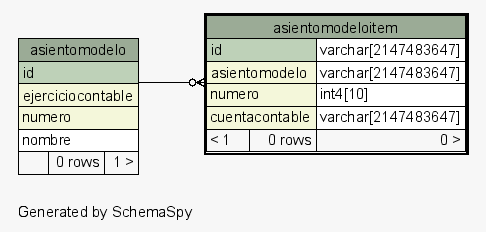
Above: postgresql/schemaSpy/salida/diagrams/asientomodeloitem.1degree.png in diegopablomansilla/massoftware_front (Graphviz), before the change. Its source is kept beside it as postgresql/schemaSpy/salida/diagrams/asientomodeloitem.1degree.dot.
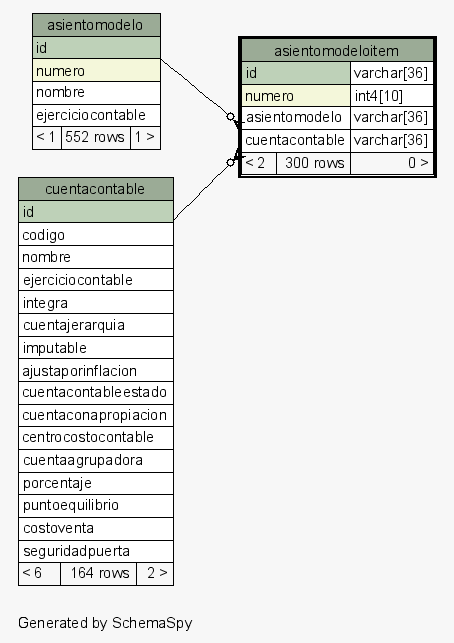
Above is the later version.

Change to the diagram source:
```diff
@@ -18,15 +18,16 @@
     arrowsize="0.8"
   ];
   "asientomodeloitem":"asientomodelo":sw -> "asientomodelo":"id":se [arrowhead=none dir=back arrowtail=crowodot];
+  "asientomodeloitem":"cuentacontable":sw -> "cuentacontable":"id":se [arrowhead=none dir=back arrowtail=crowodot];
   "asientomodelo" [
     label=<
     <TABLE BORDER="0" CELLBORDER="1" CELLSPACING="0" BGCOLOR="#ffffff">
       <TR><TD COLSPAN="3" BGCOLOR="#9bab96" ALIGN="CENTER">asientomodelo</TD></TR>
       <TR><TD PORT="id" COLSPAN="3" BGCOLOR="#bed1b8" ALIGN="LEFT">id</TD></TR>
-      <TR><TD PORT="ejerciciocontable" COLSPAN="3" BGCOLOR="#f4f7da" ALIGN="LEFT">ejerciciocontable</TD></TR>
       <TR><TD PORT="numero" COLSPAN="3" BGCOLOR="#f4f7da" ALIGN="LEFT">numero</TD></TR>
       <TR><TD PORT="nombre" COLSPAN="3" ALIGN="LEFT">nombre</TD></TR>
-      <TR><TD ALIGN="LEFT" BGCOLOR="#f7f7f7">  </TD><TD ALIGN="RIGHT" BGCOLOR="#f7f7f7">0 rows</TD><TD ALIGN="RIGHT" BGCOLOR="#f7f7f7">1 &gt;</TD></TR>
+      <TR><TD PORT="ejerciciocontable" COLSPAN="3" ALIGN="LEFT">ejerciciocontable</TD></TR>
+      <TR><TD ALIGN="LEFT" BGCOLOR="#f7f7f7">&lt; 1</TD><TD ALIGN="RIGHT" BGCOLOR="#f7f7f7">552 rows</TD><TD ALIGN="RIGHT" BGCOLOR="#f7f7f7">1 &gt;</TD></TR>
     </TABLE>>
     URL="asientomodelo.html"
     tooltip="asientomodelo"
@@ -35,13 +36,38 @@
     label=<
     <TABLE BORDER="2" CELLBORDER="1" CELLSPACING="0" BGCOLOR="#ffffff">
       <TR><TD COLSPAN="3" BGCOLOR="#9bab96" ALIGN="CENTER">asientomodeloitem</TD></TR>
-      <TR><TD PORT="id" COLSPAN="2" BGCOLOR="#bed1b8" ALIGN="LEFT">id</TD><TD PORT="id.type" ALIGN="LEFT">varchar[2147483647]</TD></TR>
-      <TR><TD PORT="asientomodelo" COLSPAN="2" BGCOLOR="#f4f7da" ALIGN="LEFT">asientomodelo</TD><TD PORT="asientomodelo.type" ALIGN="LEFT">varchar[2147483647]</TD></TR>
+      <TR><TD PORT="id" COLSPAN="2" BGCOLOR="#bed1b8" ALIGN="LEFT">id</TD><TD PORT="id.type" ALIGN="LEFT">varchar[36]</TD></TR>
       <TR><TD PORT="numero" COLSPAN="2" BGCOLOR="#f4f7da" ALIGN="LEFT">numero</TD><TD PORT="numero.type" ALIGN="LEFT">int4[10]</TD></TR>
-      <TR><TD PORT="cuentacontable" COLSPAN="2" BGCOLOR="#f4f7da" ALIGN="LEFT">cuentacontable</TD><TD PORT="cuentacontable.type" ALIGN="LEFT">varchar[2147483647]</TD></TR>
-      <TR><TD ALIGN="LEFT" BGCOLOR="#f7f7f7">&lt; 1</TD><TD ALIGN="RIGHT" BGCOLOR="#f7f7f7">0 rows</TD><TD ALIGN="RIGHT" BGCOLOR="#f7f7f7">0 &gt;</TD></TR>
+      <TR><TD PORT="asientomodelo" COLSPAN="2" ALIGN="LEFT">asientomodelo</TD><TD PORT="asientomodelo.type" ALIGN="LEFT">varchar[36]</TD></TR>
+      <TR><TD PORT="cuentacontable" COLSPAN="2" ALIGN="LEFT">cuentacontable</TD><TD PORT="cuentacontable.type" ALIGN="LEFT">varchar[36]</TD></TR>
+      <TR><TD ALIGN="LEFT" BGCOLOR="#f7f7f7">&lt; 2</TD><TD ALIGN="RIGHT" BGCOLOR="#f7f7f7">300 rows</TD><TD ALIGN="RIGHT" BGCOLOR="#f7f7f7">0 &gt;</TD></TR>
     </TABLE>>
     URL="asientomodeloitem.html"
     tooltip="asientomodeloitem"
   ];
+  "cuentacontable" [
+    label=<
+    <TABLE BORDER="0" CELLBORDER="1" CELLSPACING="0" BGCOLOR="#ffffff">
+      <TR><TD COLSPAN="3" BGCOLOR="#9bab96" ALIGN="CENTER">cuentacontable</TD></TR>
+      <TR><TD PORT="id" COLSPAN="3" BGCOLOR="#bed1b8" ALIGN="LEFT">id</TD></TR>
+      <TR><TD PORT="codigo" COLSPAN="3" ALIGN="LEFT">codigo</TD></TR>
+      <TR><TD PORT="nombre" COLSPAN="3" ALIGN="LEFT">nombre</TD></TR>
+      <TR><TD PORT="ejerciciocontable" COLSPAN="3" ALIGN="LEFT">ejerciciocontable</TD></TR>
+      <TR><TD PORT="integra" COLSPAN="3" ALIGN="LEFT">integra</TD></TR>
+      <TR><TD PORT="cuentajerarquia" COLSPAN="3" ALIGN="LEFT">cuentajerarquia</TD></TR>
+      <TR><TD PORT="imputable" COLSPAN="3" ALIGN="LEFT">imputable</TD></TR>
+      <TR><TD PORT="ajustaporinflacion" COLSPAN="3" ALIGN="LEFT">ajustaporinflacion</TD></TR>
+      <TR><TD PORT="cuentacontableestado" COLSPAN="3" ALIGN="LEFT">cuentacontableestado</TD></TR>
+      <TR><TD PORT="cuentaconapropiacion" COLSPAN="3" ALIGN="LEFT">cuentaconapropiacion</TD></TR>
+      <TR><TD PORT="centrocostocontable" COLSPAN="3" ALIGN="LEFT">centrocostocontable</TD></TR>
+      <TR><TD PORT="cuentaagrupadora" COLSPAN="3" ALIGN="LEFT">cuentaagrupadora</TD></TR>
+      <TR><TD PORT="porcentaje" COLSPAN="3" ALIGN="LEFT">porcentaje</TD></TR>
+      <TR><TD PORT="puntoequilibrio" COLSPAN="3" ALIGN="LEFT">puntoequilibrio</TD></TR>
+      <TR><TD PORT="costoventa" COLSPAN="3" ALIGN="LEFT">costoventa</TD></TR>
+      <TR><TD PORT="seguridadpuerta" COLSPAN="3" ALIGN="LEFT">seguridadpuerta</TD></TR>
+      <TR><TD ALIGN="LEFT" BGCOLOR="#f7f7f7">&lt; 6</TD><TD ALIGN="RIGHT" BGCOLOR="#f7f7f7">164 rows</TD><TD ALIGN="RIGHT" BGCOLOR="#f7f7f7">2 &gt;</TD></TR>
+    </TABLE>>
+    URL="cuentacontable.html"
+    tooltip="cuentacontable"
+  ];
 }
```
